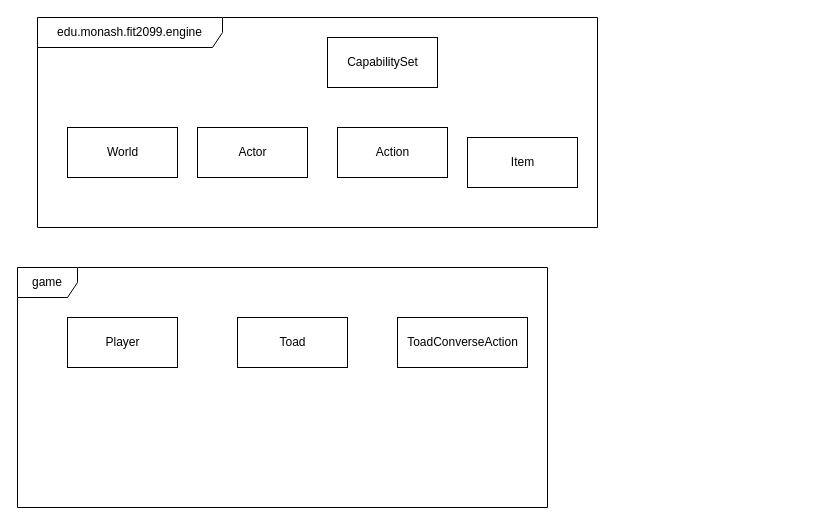
The draw.io diagram docs/REQ6/class diagram.drawio in rongwen1/Roguelike-Mario-game-java, before the edit. Source tidied: cells renumbered, new cells numbered last; positions are measured from the earlier drawing's top-left corner, leaving out a move shared by most shapes. Both pictures are drawn from the tidied source at 100%, with x=0, y=0 at pixel (17, 17).
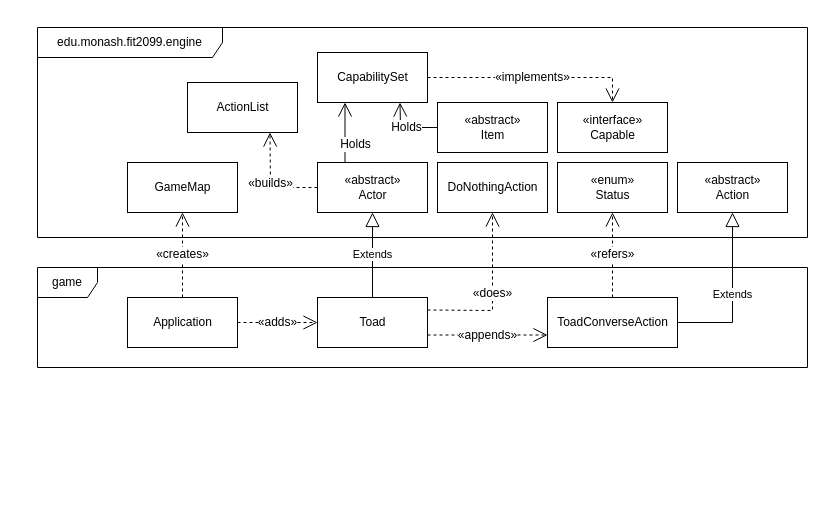
Above is the later version.

Commit message (it also covers changes not shown here):
REQ3, REQ6 - add to drafts, class diagram for REQ6

Change to the diagram source:
```diff
@@
+    <mxCell id="12" value="Extends" style="endArrow=block;endSize=12;html=1;endFill=0;entryX=0.5;entryY=1;entryDx=0;entryDy=0;exitX=0.5;exitY=0;exitDx=0;exitDy=0;" parent="1" edge="1" source="4" target="7">
+      <mxGeometry relative="1" as="geometry" />
+    </mxCell>
+    <mxCell id="13" value="&lt;span style=&quot;font-size: 12px&quot;&gt;«does»&lt;/span&gt;" style="endArrow=open;endSize=12;html=1;endFill=0;exitX=1;exitY=0.25;exitDx=0;exitDy=0;dashed=1;entryX=0.5;entryY=1;entryDx=0;entryDy=0;rounded=0;" parent="1" edge="1" source="4" target="22">
+      <mxGeometry relative="1" as="geometry">
+        <Array as="points">
+          <mxPoint x="475" y="293" />
+        </Array>
+      </mxGeometry>
+    </mxCell>
+    <mxCell id="14" value="Extends" style="endArrow=block;endSize=12;html=1;endFill=0;entryX=0.5;entryY=1;entryDx=0;entryDy=0;exitX=1;exitY=0.5;exitDx=0;exitDy=0;rounded=0;" parent="1" edge="1" source="5" target="8">
+      <mxGeometry relative="1" as="geometry">
+        <Array as="points">
+          <mxPoint x="715" y="305" />
+        </Array>
+      </mxGeometry>
+    </mxCell>
+    <mxCell id="15" value="&lt;span style=&quot;font-size: 12px&quot;&gt;«creates»&lt;/span&gt;" style="endArrow=open;endSize=12;html=1;endFill=0;dashed=1;entryX=0.5;entryY=1;entryDx=0;entryDy=0;exitX=0.5;exitY=0;exitDx=0;exitDy=0;" parent="1" edge="1" source="18" target="23">
+      <mxGeometry relative="1" as="geometry" />
+    </mxCell>
+    <mxCell id="16" value="&lt;span style=&quot;font-size: 12px&quot;&gt;«refers»&lt;/span&gt;" style="endArrow=open;endSize=12;html=1;endFill=0;dashed=1;entryX=0.5;entryY=1;entryDx=0;entryDy=0;" parent="1" edge="1" source="5" target="28">
+      <mxGeometry relative="1" as="geometry" />
+    </mxCell>
+    <mxCell id="17" style="group;" parent="1" vertex="1">
+      <mxGeometry x="50" y="240" width="740" height="110" as="geometry" />
+    </mxCell>
-    <mxCell id="2" value="game" style="shape=umlFrame;whiteSpace=wrap;html=1;" parent="1" vertex="1">
-      <mxGeometry y="250" width="530" height="240" as="geometry" />
+    <mxCell id="2" value="game" style="shape=umlFrame;whiteSpace=wrap;html=1;" parent="17" vertex="1">
+      <mxGeometry x="-30" y="10" width="770" height="100" as="geometry" />
     </mxCell>
-    <mxCell id="3" value="edu.monash.fit2099.engine" style="shape=umlFrame;whiteSpace=wrap;html=1;width=185;height=30;" parent="1" vertex="1">
-      <mxGeometry x="20" width="560" height="210" as="geometry" />
-    </mxCell>
-    <mxCell id="4" value="Toad" style="html=1;" parent="1" vertex="1">
-      <mxGeometry x="220" y="300" width="110" height="50" as="geometry" />
+    <mxCell id="4" value="Toad" style="html=1;" parent="17" vertex="1">
+      <mxGeometry x="250" y="40" width="110" height="50" as="geometry" />
     </mxCell>
-    <mxCell id="5" value="ToadConverseAction" style="html=1;" parent="1" vertex="1">
-      <mxGeometry x="380" y="300" width="130" height="50" as="geometry" />
+    <mxCell id="5" value="ToadConverseAction" style="html=1;" parent="17" vertex="1">
+      <mxGeometry x="480" y="40" width="130" height="50" as="geometry" />
     </mxCell>
-    <mxCell id="6" value="World" style="html=1;" parent="1" vertex="1">
-      <mxGeometry x="50" y="110" width="110" height="50" as="geometry" />
-    </mxCell>
+    <mxCell id="18" value="Application" style="html=1;" parent="17" vertex="1">
+      <mxGeometry x="60" y="40" width="110" height="50" as="geometry" />
+    </mxCell>
+    <mxCell id="19" value="&lt;span style=&quot;font-size: 12px&quot;&gt;«adds»&lt;/span&gt;" style="endArrow=open;endSize=12;html=1;endFill=0;exitX=1;exitY=0.5;exitDx=0;exitDy=0;dashed=1;" parent="17" edge="1" source="18" target="4">
+      <mxGeometry relative="1" as="geometry" />
+    </mxCell>
+    <mxCell id="20" value="&lt;span style=&quot;font-size: 12px&quot;&gt;«appends»&lt;/span&gt;" style="endArrow=open;endSize=12;html=1;endFill=0;exitX=1;exitY=0.75;exitDx=0;exitDy=0;dashed=1;entryX=0;entryY=0.75;entryDx=0;entryDy=0;" parent="17" edge="1" source="4" target="5">
+      <mxGeometry relative="1" as="geometry" />
+    </mxCell>
+    <mxCell id="21" style="group;" parent="1" vertex="1">
+      <mxGeometry x="50" y="10" width="740" height="210" as="geometry" />
+    </mxCell>
+    <mxCell id="3" value="edu.monash.fit2099.engine" style="shape=umlFrame;whiteSpace=wrap;html=1;width=185;height=30;" parent="21" vertex="1">
+      <mxGeometry x="-30" width="770" height="210" as="geometry" />
+    </mxCell>
-    <mxCell id="7" value="Actor" style="html=1;" parent="1" vertex="1">
-      <mxGeometry x="180" y="110" width="110" height="50" as="geometry" />
+    <mxCell id="7" value="&lt;span&gt;«abstract»&lt;/span&gt;&lt;br&gt;Actor" style="html=1;" parent="21" vertex="1">
+      <mxGeometry x="250" y="135" width="110" height="50" as="geometry" />
     </mxCell>
-    <mxCell id="8" value="Action" style="html=1;" parent="1" vertex="1">
-      <mxGeometry x="320" y="110" width="110" height="50" as="geometry" />
+    <mxCell id="8" value="«abstract»&lt;br&gt;Action" style="html=1;" parent="21" vertex="1">
+      <mxGeometry x="610" y="135" width="110" height="50" as="geometry" />
     </mxCell>
-    <mxCell id="9" value="Player" style="html=1;" parent="1" vertex="1">
-      <mxGeometry x="50" y="300" width="110" height="50" as="geometry" />
-    </mxCell>
-    <mxCell id="10" value="Item" style="html=1;" parent="1" vertex="1">
-      <mxGeometry x="450" y="120" width="110" height="50" as="geometry" />
+    <mxCell id="10" value="«abstract»&lt;br&gt;Item" style="html=1;" parent="21" vertex="1">
+      <mxGeometry x="370" y="75" width="110" height="50" as="geometry" />
     </mxCell>
-    <mxCell id="11" value="CapabilitySet" style="html=1;" parent="1" vertex="1">
-      <mxGeometry x="310" y="20" width="110" height="50" as="geometry" />
+    <mxCell id="11" value="CapabilitySet" style="html=1;" parent="21" vertex="1">
+      <mxGeometry x="250" y="25" width="110" height="50" as="geometry" />
     </mxCell>
+    <mxCell id="22" value="DoNothingAction" style="html=1;" parent="21" vertex="1">
+      <mxGeometry x="370" y="135" width="110" height="50" as="geometry" />
+    </mxCell>
+    <mxCell id="23" value="GameMap" style="html=1;" parent="21" vertex="1">
+      <mxGeometry x="60" y="135" width="110" height="50" as="geometry" />
+    </mxCell>
+    <mxCell id="24" value="&lt;span&gt;«interface»&lt;/span&gt;&lt;br&gt;Capable" style="html=1;" parent="21" vertex="1">
+      <mxGeometry x="490" y="75" width="110" height="50" as="geometry" />
+    </mxCell>
+    <mxCell id="25" value="&lt;span style=&quot;font-size: 12px&quot;&gt;«implements»&lt;/span&gt;" style="endArrow=open;endSize=12;html=1;endFill=0;dashed=1;entryX=0.5;entryY=0;entryDx=0;entryDy=0;exitX=1;exitY=0.5;exitDx=0;exitDy=0;rounded=0;" parent="21" edge="1" source="11" target="24">
+      <mxGeometry relative="1" as="geometry">
+        <Array as="points">
+          <mxPoint x="545" y="50" />
+        </Array>
+      </mxGeometry>
+    </mxCell>
+    <mxCell id="26" value="&lt;span style=&quot;font-size: 12px&quot;&gt;Holds&lt;br&gt;&lt;/span&gt;" style="endArrow=open;endSize=12;html=1;endFill=0;entryX=0.25;entryY=1;entryDx=0;entryDy=0;exitX=0.25;exitY=0;exitDx=0;exitDy=0;" parent="21" edge="1" source="7" target="11">
+      <mxGeometry x="-0.39" y="-10" relative="1" as="geometry" />
+    </mxCell>
+    <mxCell id="27" value="&lt;span style=&quot;font-size: 12px&quot;&gt;Holds&lt;br&gt;&lt;/span&gt;" style="endArrow=open;endSize=12;html=1;endFill=0;entryX=0.75;entryY=1;entryDx=0;entryDy=0;rounded=0;exitX=0;exitY=0.5;exitDx=0;exitDy=0;startSize=6;" parent="21" edge="1" source="10" target="11">
+      <mxGeometry relative="1" as="geometry">
+        <Array as="points">
+          <mxPoint x="333" y="100" />
+        </Array>
+      </mxGeometry>
+    </mxCell>
+    <mxCell id="28" value="«enum»&lt;br&gt;Status" style="html=1;" parent="21" vertex="1">
+      <mxGeometry x="490" y="135" width="110" height="50" as="geometry" />
+    </mxCell>
+    <mxCell id="29" value="ActionList" style="html=1;" parent="21" vertex="1">
+      <mxGeometry x="120" y="55" width="110" height="50" as="geometry" />
+    </mxCell>
+    <mxCell id="30" value="&lt;span style=&quot;font-size: 12px&quot;&gt;«builds»&lt;/span&gt;" style="endArrow=open;endSize=12;html=1;endFill=0;exitX=0;exitY=0.5;exitDx=0;exitDy=0;dashed=1;entryX=0.75;entryY=1;entryDx=0;entryDy=0;rounded=0;" parent="21" edge="1" source="7" target="29">
+      <mxGeometry relative="1" as="geometry">
+        <Array as="points">
+          <mxPoint x="203" y="160" />
+        </Array>
+      </mxGeometry>
+    </mxCell>
```
